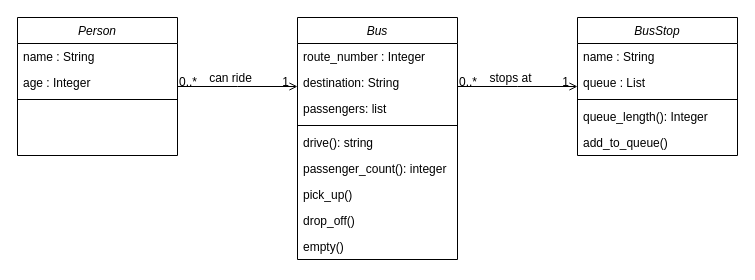
Above: UMLClassDiagram.drawio in Michalju/week2_day2_homework (draw.io), before the change. Source tidied: cells renumbered, new cells numbered last; positions are measured from the earlier drawing's top-left corner, leaving out a move shared by most shapes. Both pictures are drawn from the tidied source at 100%, with x=0, y=0 at pixel (17, 17).
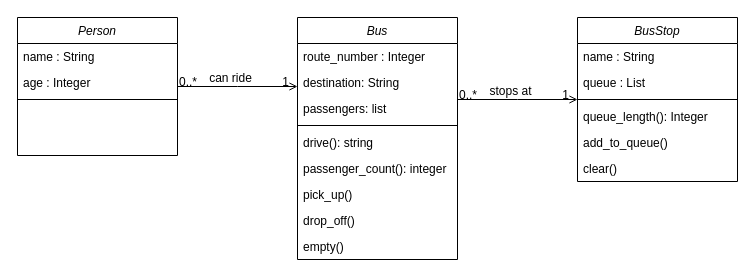
The same diagram, later.

Commit message (it also covers changes not shown here):
Updated class diagram and class Bus_stop to add method clear()

What changed in the source:
```diff
@@
     <mxCell id="20" value="BusStop" style="swimlane;fontStyle=2;align=center;verticalAlign=top;horizontal=1;startSize=26;rounded=0;shadow=0;strokeWidth=1;" parent="1" vertex="1">
-      <mxGeometry x="560" width="160" height="138" as="geometry" />
+      <mxGeometry x="560" width="160" height="164" as="geometry" />
     </mxCell>
@@
+    <mxCell id="30" value="clear()" style="text;align=left;verticalAlign=top;spacingLeft=4;spacingRight=4;overflow=hidden;" parent="20" vertex="1">
+      <mxGeometry y="138" width="160" height="26" as="geometry" />
+    </mxCell>
```
